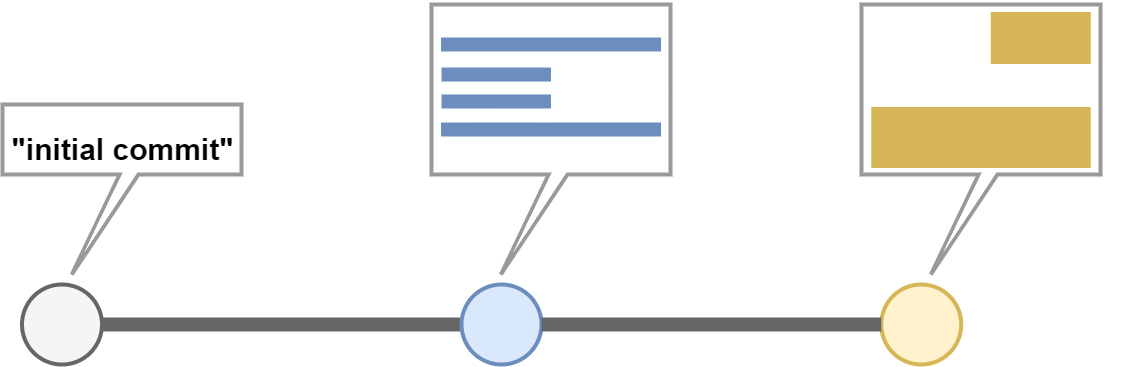
Above: 6_graph_representation.drawio.png in SheCodesAus/what_is_git (draw.io), before the change. Source tidied: cells renumbered, new cells last; positions are measured from the earlier drawing's top-left corner, leaving out a move shared by most shapes.
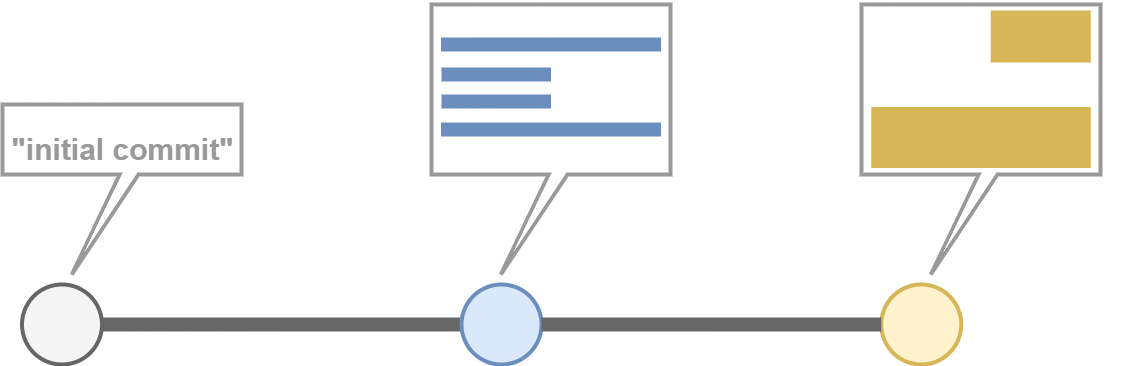
Later version of the same file.

Diff of the diagram source:
```diff
@@ -24,7 +24,7 @@
       <mxGeometry x="868.8" y="123" width="219.5" height="20" as="geometry" />
     </mxCell>
     <mxCell id="9" style="verticalLabelPosition=bottom;shadow=0;dashed=0;align=center;html=1;verticalAlign=top;strokeWidth=52;shape=mxgraph.mockup.markup.line;strokeColor=#d6b656;fillColor=#fff2cc;" parent="1" vertex="1">
-      <mxGeometry x="988.2" y="22" width="100" height="23" as="geometry" />
+      <mxGeometry x="988.2" y="22" width="100" height="20" as="geometry" />
     </mxCell>
     <mxCell id="10" style="ellipse;whiteSpace=wrap;html=1;strokeWidth=4;fillColor=#f5f5f5;fontColor=#333333;strokeColor=#666666;" parent="1" vertex="1">
       <mxGeometry x="19.5" y="280" width="80" height="80" as="geometry" />
@@ -44,7 +44,7 @@
     <mxCell id="15" style="shape=callout;whiteSpace=wrap;html=1;perimeter=calloutPerimeter;strokeWidth=4;base=19;size=100;position=0.49;position2=0.29;strokeColor=#999999;" parent="1" vertex="1">
       <mxGeometry y="100" width="239" height="170" as="geometry" />
     </mxCell>
-    <mxCell id="16" value="&lt;font style=&quot;font-size: 30px;&quot;&gt;&quot;initial commit&quot;&lt;/font&gt;" style="text;strokeColor=none;fillColor=none;html=1;fontSize=60;fontStyle=1;verticalAlign=middle;align=center;" parent="1" vertex="1">
+    <mxCell id="16" value="&lt;font style=&quot;font-size: 30px;&quot;&gt;&quot;initial commit&quot;&lt;/font&gt;" style="text;strokeColor=none;fillColor=none;html=1;fontSize=60;fontStyle=1;verticalAlign=middle;align=center;fontColor=#999999;" parent="1" vertex="1">
       <mxGeometry y="110" width="240" height="50" as="geometry" />
     </mxCell>
   </root>
```
